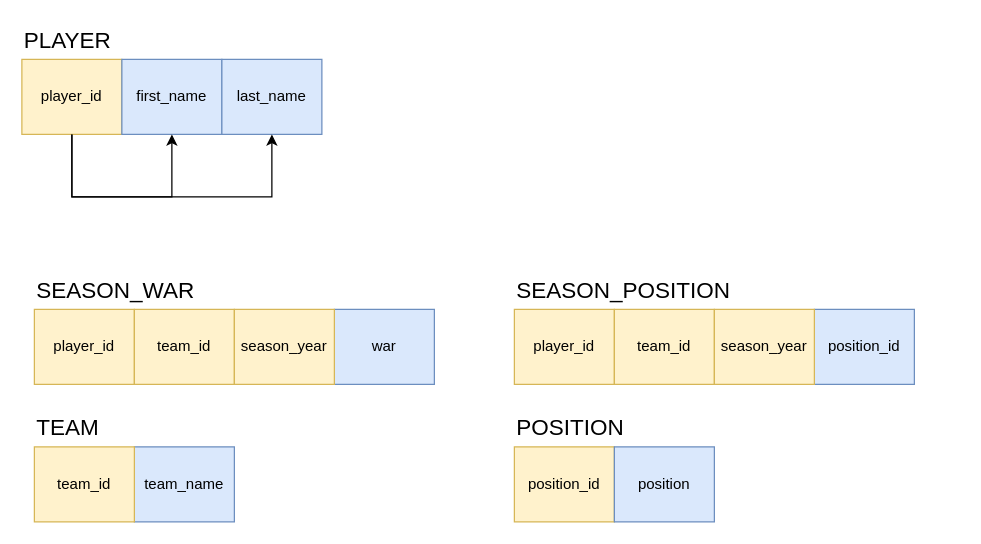
Above: page "3NF" (3 of 3) of dependency_graph.drawio in GeoDan87/CIT225 (draw.io), before the change. Source tidied: cells renumbered, new cells numbered last; positions are measured from the earlier drawing's top-left corner, leaving out a move shared by most shapes. Both pictures are drawn from the tidied source at 125%, with x=0, y=0 at pixel (21, 21).
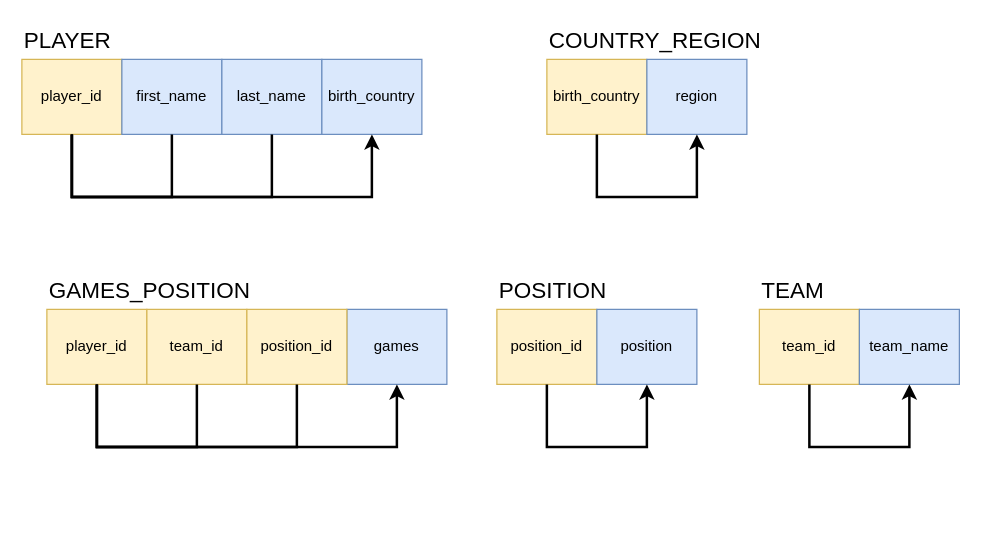
Above is the later version.

Unchanged cells that the change refers to:
```xml
<mxCell id="2" value="player_id" style="rounded=0;whiteSpace=wrap;html=1;fillColor=#fff2cc;strokeColor=#d6b656;" parent="1" vertex="1">
  <mxGeometry y="30" width="80" height="60" as="geometry" />
</mxCell>
<mxCell id="4" value="first_name" style="rounded=0;whiteSpace=wrap;html=1;fillColor=#dae8fc;strokeColor=#6c8ebf;" parent="1" vertex="1">
  <mxGeometry x="80" y="30" width="80" height="60" as="geometry" />
</mxCell>
<mxCell id="5" value="last_name" style="rounded=0;whiteSpace=wrap;html=1;fillColor=#dae8fc;strokeColor=#6c8ebf;" parent="1" vertex="1">
  <mxGeometry x="160" y="30" width="80" height="60" as="geometry" />
</mxCell>
```

What changed in the source:
```diff
@@
-    <mxCell id="3" value="war" style="rounded=0;whiteSpace=wrap;html=1;fillColor=#dae8fc;strokeColor=#6c8ebf;" parent="1" vertex="1">
-      <mxGeometry x="250" y="230" width="80" height="60" as="geometry" />
-    </mxCell>
@@
+    <mxCell id="15" value="&lt;font size=&quot;4&quot;&gt;PLAYER&lt;/font&gt;" style="text;html=1;align=left;verticalAlign=middle;whiteSpace=wrap;rounded=0;" parent="1" vertex="1">
+      <mxGeometry width="160" height="30" as="geometry" />
+    </mxCell>
+    <mxCell id="24" value="birth_country" style="rounded=0;whiteSpace=wrap;html=1;fillColor=#fff2cc;strokeColor=#d6b656;" parent="1" vertex="1">
+      <mxGeometry x="420" y="30" width="80" height="60" as="geometry" />
+    </mxCell>
+    <mxCell id="25" value="region" style="rounded=0;whiteSpace=wrap;html=1;fillColor=#dae8fc;strokeColor=#6c8ebf;" parent="1" vertex="1">
+      <mxGeometry x="500" y="30" width="80" height="60" as="geometry" />
+    </mxCell>
+    <mxCell id="26" value="&lt;font size=&quot;4&quot;&gt;COUNTRY_REGION&lt;/font&gt;" style="text;html=1;align=left;verticalAlign=middle;whiteSpace=wrap;rounded=0;" parent="1" vertex="1">
+      <mxGeometry x="420" width="160" height="30" as="geometry" />
+    </mxCell>
+    <mxCell id="27" value="&lt;font style=&quot;font-size: 18px;&quot;&gt;GAMES_POSITION&lt;/font&gt;" style="text;html=1;align=left;verticalAlign=middle;whiteSpace=wrap;rounded=0;" parent="1" vertex="1">
+      <mxGeometry x="20" y="200" width="240" height="30" as="geometry" />
+    </mxCell>
+    <mxCell id="28" value="team_id" style="rounded=0;whiteSpace=wrap;html=1;fillColor=#fff2cc;strokeColor=#d6b656;" parent="1" vertex="1">
+      <mxGeometry x="590" y="230" width="80" height="60" as="geometry" />
+    </mxCell>
     <mxCell id="6" value="team_name" style="rounded=0;whiteSpace=wrap;html=1;fillColor=#dae8fc;strokeColor=#6c8ebf;" parent="1" vertex="1">
-      <mxGeometry x="90" y="340" width="80" height="60" as="geometry" />
+      <mxGeometry x="670" y="230" width="80" height="60" as="geometry" />
     </mxCell>
-    <mxCell id="7" value="position_id" style="rounded=0;whiteSpace=wrap;html=1;fillColor=#dae8fc;strokeColor=#6c8ebf;" parent="1" vertex="1">
-      <mxGeometry x="634" y="230" width="80" height="60" as="geometry" />
-    </mxCell>
-    <mxCell id="8" style="endArrow=classic;html=1;rounded=0;exitX=0.5;exitY=1;exitDx=0;exitDy=0;entryX=0.5;entryY=1;entryDx=0;entryDy=0;" parent="1" edge="1" source="2" target="4">
-      <mxGeometry relative="1" as="geometry">
-        <Array as="points">
-          <mxPoint x="40" y="140" />
-          <mxPoint x="120" y="140" />
-        </Array>
-      </mxGeometry>
-    </mxCell>
-    <mxCell id="9" style="endArrow=classic;html=1;rounded=0;exitX=0.5;exitY=1;exitDx=0;exitDy=0;entryX=0.5;entryY=1;entryDx=0;entryDy=0;" parent="1" edge="1" target="5">
-      <mxGeometry relative="1" as="geometry">
-        <mxPoint x="40" y="90" as="sourcePoint" />
-        <Array as="points">
-          <mxPoint x="40" y="140" />
-          <mxPoint x="200" y="140" />
-        </Array>
-      </mxGeometry>
-    </mxCell>
-    <mxCell id="10" value="team_id" style="rounded=0;whiteSpace=wrap;html=1;fillColor=#fff2cc;strokeColor=#d6b656;" parent="1" vertex="1">
-      <mxGeometry x="10" y="340" width="80" height="60" as="geometry" />
-    </mxCell>
-    <mxCell id="11" value="&lt;font style=&quot;font-size: 18px;&quot;&gt;SEASON_WAR&lt;/font&gt;" style="text;html=1;align=left;verticalAlign=middle;whiteSpace=wrap;rounded=0;" parent="1" vertex="1">
-      <mxGeometry x="10" y="200" width="240" height="30" as="geometry" />
-    </mxCell>
     <mxCell id="12" value="&lt;font style=&quot;font-size: 18px;&quot;&gt;TEAM&lt;/font&gt;" style="text;html=1;align=left;verticalAlign=middle;whiteSpace=wrap;rounded=0;" parent="1" vertex="1">
-      <mxGeometry x="10" y="310" width="160" height="30" as="geometry" />
+      <mxGeometry x="590" y="200" width="160" height="30" as="geometry" />
     </mxCell>
-    <mxCell id="13" value="position_id" style="rounded=0;whiteSpace=wrap;html=1;fillColor=#fff2cc;strokeColor=#d6b656;" parent="1" vertex="1">
-      <mxGeometry x="394" y="340" width="80" height="60" as="geometry" />
-    </mxCell>
+    <mxCell id="29" value="games" style="rounded=0;whiteSpace=wrap;html=1;fillColor=#dae8fc;strokeColor=#6c8ebf;" parent="1" vertex="1">
+      <mxGeometry x="260" y="230" width="80" height="60" as="geometry" />
+    </mxCell>
+    <mxCell id="30" value="player_id" style="rounded=0;whiteSpace=wrap;html=1;fillColor=#fff2cc;strokeColor=#d6b656;" parent="1" vertex="1">
+      <mxGeometry x="20" y="230" width="80" height="60" as="geometry" />
+    </mxCell>
+    <mxCell id="31" value="team_id" style="rounded=0;whiteSpace=wrap;html=1;fillColor=#fff2cc;strokeColor=#d6b656;" parent="1" vertex="1">
+      <mxGeometry x="100" y="230" width="80" height="60" as="geometry" />
+    </mxCell>
+    <mxCell id="32" value="position_id" style="rounded=0;whiteSpace=wrap;html=1;fillColor=#fff2cc;strokeColor=#d6b656;" parent="1" vertex="1">
+      <mxGeometry x="180" y="230" width="80" height="60" as="geometry" />
+    </mxCell>
+    <mxCell id="33" style="endArrow=classic;html=1;rounded=0;exitX=0.5;exitY=1;exitDx=0;exitDy=0;entryX=0.5;entryY=1;entryDx=0;entryDy=0;strokeWidth=2;" parent="1" edge="1">
+      <mxGeometry relative="1" as="geometry">
+        <mxPoint x="630" y="290" as="sourcePoint" />
+        <mxPoint x="710" y="290" as="targetPoint" />
+        <Array as="points">
+          <mxPoint x="630" y="340" />
+          <mxPoint x="710" y="340" />
+        </Array>
+      </mxGeometry>
+    </mxCell>
+    <mxCell id="34" style="endArrow=none;html=1;rounded=0;exitX=0.5;exitY=1;exitDx=0;exitDy=0;entryX=0.5;entryY=1;entryDx=0;entryDy=0;startFill=0;strokeWidth=2;" parent="1" edge="1">
+      <mxGeometry relative="1" as="geometry">
+        <mxPoint x="60" y="290" as="sourcePoint" />
+        <mxPoint x="140" y="290" as="targetPoint" />
+        <Array as="points">
+          <mxPoint x="60" y="340" />
+          <mxPoint x="140" y="340" />
+        </Array>
+      </mxGeometry>
+    </mxCell>
+    <mxCell id="35" style="endArrow=none;html=1;rounded=0;exitX=0.5;exitY=1;exitDx=0;exitDy=0;entryX=0.5;entryY=1;entryDx=0;entryDy=0;startFill=0;strokeWidth=2;" parent="1" edge="1">
+      <mxGeometry relative="1" as="geometry">
+        <mxPoint x="60" y="290" as="sourcePoint" />
+        <mxPoint x="220" y="290" as="targetPoint" />
+        <Array as="points">
+          <mxPoint x="60" y="340" />
+          <mxPoint x="220" y="340" />
+        </Array>
+      </mxGeometry>
+    </mxCell>
+    <mxCell id="36" style="endArrow=classic;html=1;rounded=0;exitX=0.5;exitY=1;exitDx=0;exitDy=0;entryX=0.5;entryY=1;entryDx=0;entryDy=0;strokeWidth=2;" parent="1" edge="1">
+      <mxGeometry relative="1" as="geometry">
+        <mxPoint x="60" y="290" as="sourcePoint" />
+        <mxPoint x="300" y="290" as="targetPoint" />
+        <Array as="points">
+          <mxPoint x="60" y="340" />
+          <mxPoint x="300" y="340" />
+        </Array>
+      </mxGeometry>
+    </mxCell>
+    <mxCell id="37" value="position_id" style="rounded=0;whiteSpace=wrap;html=1;fillColor=#fff2cc;strokeColor=#d6b656;" parent="1" vertex="1">
+      <mxGeometry x="380" y="230" width="80" height="60" as="geometry" />
+    </mxCell>
+    <mxCell id="17" value="position" style="rounded=0;whiteSpace=wrap;html=1;fillColor=#dae8fc;strokeColor=#6c8ebf;" parent="1" vertex="1">
+      <mxGeometry x="460" y="230" width="80" height="60" as="geometry" />
+    </mxCell>
+    <mxCell id="38" style="endArrow=classic;html=1;rounded=0;exitX=0.5;exitY=1;exitDx=0;exitDy=0;entryX=0.5;entryY=1;entryDx=0;entryDy=0;strokeWidth=2;" parent="1" edge="1">
+      <mxGeometry relative="1" as="geometry">
+        <mxPoint x="420" y="290" as="sourcePoint" />
+        <mxPoint x="500" y="290" as="targetPoint" />
+        <Array as="points">
+          <mxPoint x="420" y="340" />
+          <mxPoint x="500" y="340" />
+        </Array>
+      </mxGeometry>
+    </mxCell>
-    <mxCell id="14" value="&lt;font size=&quot;4&quot;&gt;POSITION&lt;/font&gt;" style="text;html=1;align=left;verticalAlign=middle;whiteSpace=wrap;rounded=0;" parent="1" vertex="1">
-      <mxGeometry x="394" y="310" width="160" height="30" as="geometry" />
+    <mxCell id="14" value="&lt;font style=&quot;font-size: 18px;&quot;&gt;POSITION&lt;/font&gt;" style="text;html=1;align=left;verticalAlign=middle;whiteSpace=wrap;rounded=0;" parent="1" vertex="1">
+      <mxGeometry x="380" y="200" width="160" height="30" as="geometry" />
     </mxCell>
-    <mxCell id="15" value="&lt;font size=&quot;4&quot;&gt;PLAYER&lt;/font&gt;" style="text;html=1;align=left;verticalAlign=middle;whiteSpace=wrap;rounded=0;" parent="1" vertex="1">
-      <mxGeometry width="160" height="30" as="geometry" />
-    </mxCell>
-    <mxCell id="16" value="player_id" style="rounded=0;whiteSpace=wrap;html=1;fillColor=#fff2cc;strokeColor=#d6b656;" parent="1" vertex="1">
-      <mxGeometry x="394" y="230" width="80" height="60" as="geometry" />
-    </mxCell>
-    <mxCell id="17" value="position" style="rounded=0;whiteSpace=wrap;html=1;fillColor=#dae8fc;strokeColor=#6c8ebf;" parent="1" vertex="1">
-      <mxGeometry x="474" y="340" width="80" height="60" as="geometry" />
-    </mxCell>
-    <mxCell id="18" value="team_id" style="rounded=0;whiteSpace=wrap;html=1;fillColor=#fff2cc;strokeColor=#d6b656;" parent="1" vertex="1">
-      <mxGeometry x="474" y="230" width="80" height="60" as="geometry" />
-    </mxCell>
-    <mxCell id="19" value="season_year" style="rounded=0;whiteSpace=wrap;html=1;fillColor=#fff2cc;strokeColor=#d6b656;" parent="1" vertex="1">
-      <mxGeometry x="554" y="230" width="80" height="60" as="geometry" />
-    </mxCell>
-    <mxCell id="20" value="player_id" style="rounded=0;whiteSpace=wrap;html=1;fillColor=#fff2cc;strokeColor=#d6b656;" parent="1" vertex="1">
-      <mxGeometry x="10" y="230" width="80" height="60" as="geometry" />
-    </mxCell>
-    <mxCell id="21" value="team_id" style="rounded=0;whiteSpace=wrap;html=1;fillColor=#fff2cc;strokeColor=#d6b656;" parent="1" vertex="1">
-      <mxGeometry x="90" y="230" width="80" height="60" as="geometry" />
-    </mxCell>
-    <mxCell id="22" value="season_year" style="rounded=0;whiteSpace=wrap;html=1;fillColor=#fff2cc;strokeColor=#d6b656;" parent="1" vertex="1">
-      <mxGeometry x="170" y="230" width="80" height="60" as="geometry" />
-    </mxCell>
-    <mxCell id="23" value="&lt;font style=&quot;font-size: 18px;&quot;&gt;SEASON_POSITION&lt;/font&gt;" style="text;html=1;align=left;verticalAlign=middle;whiteSpace=wrap;rounded=0;" parent="1" vertex="1">
-      <mxGeometry x="394" y="200" width="240" height="30" as="geometry" />
-    </mxCell>
+    <mxCell id="39" value="birth_country" style="rounded=0;whiteSpace=wrap;html=1;fillColor=#dae8fc;strokeColor=#6c8ebf;" parent="1" vertex="1">
+      <mxGeometry x="240" y="30" width="80" height="60" as="geometry" />
+    </mxCell>
+    <mxCell id="40" style="endArrow=none;html=1;rounded=0;exitX=0.5;exitY=1;exitDx=0;exitDy=0;entryX=0.5;entryY=1;entryDx=0;entryDy=0;startFill=0;strokeWidth=2;" parent="1" edge="1">
+      <mxGeometry relative="1" as="geometry">
+        <mxPoint x="40" y="90" as="sourcePoint" />
+        <mxPoint x="120" y="90" as="targetPoint" />
+        <Array as="points">
+          <mxPoint x="40" y="140" />
+          <mxPoint x="120" y="140" />
+        </Array>
+      </mxGeometry>
+    </mxCell>
+    <mxCell id="41" style="endArrow=none;html=1;rounded=0;exitX=0.5;exitY=1;exitDx=0;exitDy=0;entryX=0.5;entryY=1;entryDx=0;entryDy=0;startFill=0;strokeWidth=2;" parent="1" edge="1">
+      <mxGeometry relative="1" as="geometry">
+        <mxPoint x="40" y="90" as="sourcePoint" />
+        <mxPoint x="200" y="90" as="targetPoint" />
+        <Array as="points">
+          <mxPoint x="40" y="140" />
+          <mxPoint x="200" y="140" />
+        </Array>
+      </mxGeometry>
+    </mxCell>
+    <mxCell id="42" style="endArrow=classic;html=1;rounded=0;exitX=0.5;exitY=1;exitDx=0;exitDy=0;entryX=0.5;entryY=1;entryDx=0;entryDy=0;strokeWidth=2;" parent="1" edge="1">
+      <mxGeometry relative="1" as="geometry">
+        <mxPoint x="40" y="90" as="sourcePoint" />
+        <mxPoint x="280" y="90" as="targetPoint" />
+        <Array as="points">
+          <mxPoint x="40" y="140" />
+          <mxPoint x="280" y="140" />
+        </Array>
+      </mxGeometry>
+    </mxCell>
+    <mxCell id="43" style="endArrow=classic;html=1;rounded=0;exitX=0.5;exitY=1;exitDx=0;exitDy=0;entryX=0.5;entryY=1;entryDx=0;entryDy=0;strokeWidth=2;" parent="1" edge="1">
+      <mxGeometry relative="1" as="geometry">
+        <mxPoint x="460" y="90" as="sourcePoint" />
+        <mxPoint x="540" y="90" as="targetPoint" />
+        <Array as="points">
+          <mxPoint x="460" y="140" />
+          <mxPoint x="540" y="140" />
+        </Array>
+      </mxGeometry>
+    </mxCell>
```
